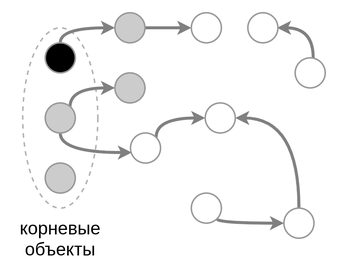
puzpuzpuz/talks keeps this draw.io diagram as 2021-ru-es6-collection-internals/slides/images/tricolor-marking-2.png. Above is the earlier version. Source tidied: cells renumbered, new cells last; positions are measured from the earlier drawing's top-left corner, leaving out a move shared by most shapes.
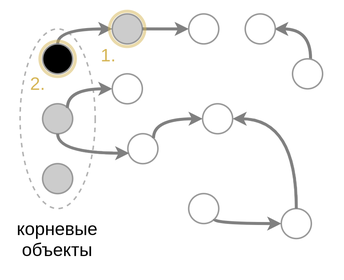
Later version of the same file.

Change to the diagram source:
```diff
@@ -2,103 +2,118 @@
   <root>
     <mxCell id="0" />
     <mxCell id="1" parent="0" />
-    <mxCell id="2" style="endArrow=classic;html=1;fontSize=6;exitX=0.5;exitY=0;exitDx=0;exitDy=0;fillColor=#d5e8d4;strokeColor=#808080;strokeWidth=2;edgeStyle=orthogonalEdgeStyle;curved=1;endSize=3;startSize=3;" parent="1" edge="1">
-      <mxGeometry relative="1" as="geometry">
-        <mxPoint x="199" y="30" as="sourcePoint" />
-        <mxPoint x="174.9" y="10" as="targetPoint" />
-        <Array as="points">
-          <mxPoint x="198.9" y="10" />
-          <mxPoint x="174.9" y="10" />
-        </Array>
-      </mxGeometry>
+    <mxCell id="2" style="group;" parent="1" vertex="1">
+      <mxGeometry y="168" width="207.2" height="161.8" as="geometry" />
     </mxCell>
-    <mxCell id="3" style="endArrow=classic;html=1;fontSize=6;exitX=1;exitY=0.5;exitDx=0;exitDy=0;fillColor=#d5e8d4;strokeColor=#808080;strokeWidth=2;entryX=0;entryY=0.5;entryDx=0;entryDy=0;edgeStyle=orthogonalEdgeStyle;curved=1;endSize=3;startSize=3;" parent="1" edge="1" source="14" target="16">
+    <mxCell id="3" style="endArrow=classic;html=1;fontSize=6;exitX=0.5;exitY=0;exitDx=0;exitDy=0;fillColor=#d5e8d4;strokeColor=#808080;strokeWidth=2;edgeStyle=orthogonalEdgeStyle;curved=1;endSize=3;startSize=3;" parent="2" edge="1">
       <mxGeometry relative="1" as="geometry">
+        <mxPoint x="199.2" y="31.8" as="sourcePoint" />
+        <mxPoint x="175.1" y="11.8" as="targetPoint" />
         <Array as="points">
-          <mxPoint x="97.9" y="10" />
-          <mxPoint x="97.9" y="10" />
+          <mxPoint x="199.1" y="11.8" />
+          <mxPoint x="175.1" y="11.8" />
         </Array>
       </mxGeometry>
     </mxCell>
-    <mxCell id="4" style="endArrow=classic;html=1;fontSize=6;fillColor=#d5e8d4;strokeColor=#808080;strokeWidth=2;entryX=0;entryY=0.5;entryDx=0;entryDy=0;edgeStyle=orthogonalEdgeStyle;curved=1;exitX=1;exitY=1;exitDx=0;exitDy=0;endSize=3;startSize=3;" parent="1" edge="1" source="22" target="21">
-      <mxGeometry relative="1" as="geometry">
-        <Array as="points">
-          <mxPoint x="134.9" y="140" />
-        </Array>
-      </mxGeometry>
+    <mxCell id="4" style="ellipse;whiteSpace=wrap;html=1;strokeColor=#000000;fillColor=none;fontColor=#66B2FF;opacity=30;align=right;dashed=1;" parent="2" vertex="1">
+      <mxGeometry x="5.9" y="11.8" width="50" height="120" as="geometry" />
     </mxCell>
-    <mxCell id="5" style="endArrow=classic;html=1;fontSize=6;fillColor=#d5e8d4;strokeColor=#808080;strokeWidth=2;entryX=1;entryY=0.5;entryDx=0;entryDy=0;edgeStyle=orthogonalEdgeStyle;curved=1;exitX=0.5;exitY=0;exitDx=0;exitDy=0;endSize=3;startSize=3;" parent="1" edge="1" source="21" target="17">
-      <mxGeometry relative="1" as="geometry">
-        <Array as="points">
-          <mxPoint x="189.9" y="70" />
-        </Array>
-      </mxGeometry>
+    <mxCell id="5" style="ellipse;whiteSpace=wrap;html=1;fillColor=#000000;strokeColor=#999999;" parent="2" vertex="1">
+      <mxGeometry x="20.9" y="21.8" width="20" height="20" as="geometry" />
     </mxCell>
-    <mxCell id="6" style="endArrow=classic;html=1;fontSize=6;fillColor=#d5e8d4;strokeColor=#808080;strokeWidth=2;entryX=0;entryY=0.5;entryDx=0;entryDy=0;edgeStyle=orthogonalEdgeStyle;curved=1;exitX=1;exitY=0;exitDx=0;exitDy=0;endSize=3;startSize=3;" parent="1" edge="1" source="18" target="17">
-      <mxGeometry relative="1" as="geometry">
-        <Array as="points">
-          <mxPoint x="94.9" y="70" />
-        </Array>
-      </mxGeometry>
+    <mxCell id="6" style="ellipse;whiteSpace=wrap;html=1;fillColor=#CCCCCC;strokeColor=#999999;" parent="2" vertex="1">
+      <mxGeometry x="20.9" y="61.8" width="20" height="20" as="geometry" />
     </mxCell>
-    <mxCell id="7" style="ellipse;whiteSpace=wrap;html=1;strokeColor=#000000;fillColor=none;fontColor=#66B2FF;opacity=30;align=right;dashed=1;" parent="1" vertex="1">
-      <mxGeometry x="5.6" y="10" width="50" height="120" as="geometry" />
+    <mxCell id="7" style="ellipse;whiteSpace=wrap;html=1;fillColor=#CCCCCC;strokeColor=#999999;" parent="2" vertex="1">
+      <mxGeometry x="20.9" y="101.8" width="20" height="20" as="geometry" />
     </mxCell>
-    <mxCell id="8" style="endArrow=classic;html=1;fontSize=6;fillColor=#d5e8d4;strokeColor=#808080;strokeWidth=2;entryX=0.045;entryY=0.65;entryDx=0;entryDy=0;edgeStyle=orthogonalEdgeStyle;curved=1;entryPerimeter=0;exitX=0.5;exitY=1;exitDx=0;exitDy=0;endSize=3;startSize=3;" parent="1" edge="1" source="12" target="18">
-      <mxGeometry relative="1" as="geometry">
-        <Array as="points">
-          <mxPoint x="30.9" y="93" />
-        </Array>
-      </mxGeometry>
+    <mxCell id="8" style="ellipse;whiteSpace=wrap;html=1;fillColor=#CCCCCC;strokeColor=#999999;" parent="2" vertex="1">
+      <mxGeometry x="67.2" y="1.8" width="20" height="20" as="geometry" />
     </mxCell>
-    <mxCell id="9" style="endArrow=classic;html=1;fontSize=6;fillColor=#d5e8d4;strokeColor=#808080;strokeWidth=2;entryX=0;entryY=0.5;entryDx=0;entryDy=0;edgeStyle=orthogonalEdgeStyle;exitX=0.824;exitY=0.139;exitDx=0;exitDy=0;curved=1;exitPerimeter=0;endSize=3;startSize=3;" parent="1" edge="1" source="12" target="15">
-      <mxGeometry relative="1" as="geometry">
-        <Array as="points">
-          <mxPoint x="36.9" y="50" />
-        </Array>
-      </mxGeometry>
+    <mxCell id="9" style="endArrow=classic;html=1;fontSize=6;exitX=0.5;exitY=0;exitDx=0;exitDy=0;fillColor=#d5e8d4;strokeColor=#808080;strokeWidth=2;entryX=0;entryY=0.5;entryDx=0;entryDy=0;edgeStyle=orthogonalEdgeStyle;curved=1;endSize=3;startSize=3;" parent="2" edge="1" source="5" target="8">
+      <mxGeometry relative="1" as="geometry" />
     </mxCell>
-    <mxCell id="10" style="endArrow=classic;html=1;fontSize=6;exitX=0.5;exitY=0;exitDx=0;exitDy=0;fillColor=#d5e8d4;strokeColor=#808080;strokeWidth=2;entryX=0;entryY=0.5;entryDx=0;entryDy=0;edgeStyle=orthogonalEdgeStyle;curved=1;endSize=3;startSize=3;" parent="1" edge="1" source="11" target="14">
-      <mxGeometry relative="1" as="geometry" />
+    <mxCell id="10" style="ellipse;whiteSpace=wrap;html=1;strokeColor=#999999;fillColor=#FFFFFF;" parent="2" vertex="1">
+      <mxGeometry x="67.2" y="41.8" width="20" height="20" as="geometry" />
     </mxCell>
-    <mxCell id="11" style="ellipse;whiteSpace=wrap;html=1;fillColor=#000000;strokeColor=#999999;" parent="1" vertex="1">
-      <mxGeometry x="20.6" y="20" width="20" height="20" as="geometry" />
+    <mxCell id="11" style="endArrow=classic;html=1;fontSize=6;fillColor=#d5e8d4;strokeColor=#808080;strokeWidth=2;entryX=0;entryY=0.5;entryDx=0;entryDy=0;edgeStyle=orthogonalEdgeStyle;exitX=0.824;exitY=0.139;exitDx=0;exitDy=0;curved=1;exitPerimeter=0;endSize=3;startSize=3;" parent="2" edge="1" source="6" target="10">
+      <mxGeometry relative="1" as="geometry">
+        <Array as="points">
+          <mxPoint x="37.1" y="51.8" />
+        </Array>
+      </mxGeometry>
     </mxCell>
-    <mxCell id="12" style="ellipse;whiteSpace=wrap;html=1;fillColor=#CCCCCC;strokeColor=#999999;" parent="1" vertex="1">
-      <mxGeometry x="20.6" y="60" width="20" height="20" as="geometry" />
+    <mxCell id="12" style="ellipse;whiteSpace=wrap;html=1;strokeColor=#999999;" parent="2" vertex="1">
+      <mxGeometry x="118.1" y="1.8" width="20" height="20" as="geometry" />
     </mxCell>
-    <mxCell id="13" style="ellipse;whiteSpace=wrap;html=1;fillColor=#CCCCCC;strokeColor=#999999;" parent="1" vertex="1">
-      <mxGeometry x="20.6" y="100" width="20" height="20" as="geometry" />
+    <mxCell id="13" style="endArrow=classic;html=1;fontSize=6;exitX=1;exitY=0.5;exitDx=0;exitDy=0;fillColor=#d5e8d4;strokeColor=#808080;strokeWidth=2;entryX=0;entryY=0.5;entryDx=0;entryDy=0;edgeStyle=orthogonalEdgeStyle;curved=1;endSize=3;startSize=3;" parent="2" edge="1" source="8" target="12">
+      <mxGeometry relative="1" as="geometry">
+        <Array as="points">
+          <mxPoint x="98.1" y="11.8" />
+          <mxPoint x="98.1" y="11.8" />
+        </Array>
+      </mxGeometry>
     </mxCell>
-    <mxCell id="14" style="ellipse;whiteSpace=wrap;html=1;fillColor=#CCCCCC;strokeColor=#999999;" parent="1" vertex="1">
-      <mxGeometry x="67" width="20" height="20" as="geometry" />
+    <mxCell id="14" style="ellipse;whiteSpace=wrap;html=1;strokeColor=#999999;" parent="2" vertex="1">
+      <mxGeometry x="127.4" y="61.8" width="20" height="20" as="geometry" />
     </mxCell>
-    <mxCell id="15" style="ellipse;whiteSpace=wrap;html=1;fillColor=#CCCCCC;strokeColor=#999999;" parent="1" vertex="1">
-      <mxGeometry x="67" y="40" width="20" height="20" as="geometry" />
+    <mxCell id="15" style="ellipse;whiteSpace=wrap;html=1;strokeColor=#999999;" parent="2" vertex="1">
+      <mxGeometry x="77.6" y="81.8" width="20" height="20" as="geometry" />
     </mxCell>
-    <mxCell id="16" style="ellipse;whiteSpace=wrap;html=1;strokeColor=#999999;" parent="1" vertex="1">
-      <mxGeometry x="117.9" width="20" height="20" as="geometry" />
+    <mxCell id="16" style="endArrow=classic;html=1;fontSize=6;fillColor=#d5e8d4;strokeColor=#808080;strokeWidth=2;entryX=0.045;entryY=0.65;entryDx=0;entryDy=0;edgeStyle=orthogonalEdgeStyle;curved=1;entryPerimeter=0;exitX=0.5;exitY=1;exitDx=0;exitDy=0;endSize=3;startSize=3;" parent="2" edge="1" source="6" target="15">
+      <mxGeometry relative="1" as="geometry">
+        <Array as="points">
+          <mxPoint x="31.1" y="94.8" />
+        </Array>
+      </mxGeometry>
     </mxCell>
-    <mxCell id="17" style="ellipse;whiteSpace=wrap;html=1;strokeColor=#999999;" parent="1" vertex="1">
-      <mxGeometry x="127.1" y="60" width="20" height="20" as="geometry" />
+    <mxCell id="17" style="endArrow=classic;html=1;fontSize=6;fillColor=#d5e8d4;strokeColor=#808080;strokeWidth=2;entryX=0;entryY=0.5;entryDx=0;entryDy=0;edgeStyle=orthogonalEdgeStyle;curved=1;exitX=1;exitY=0;exitDx=0;exitDy=0;endSize=3;startSize=3;" parent="2" edge="1" source="15" target="14">
+      <mxGeometry relative="1" as="geometry">
+        <Array as="points">
+          <mxPoint x="95.1" y="71.8" />
+        </Array>
+      </mxGeometry>
     </mxCell>
-    <mxCell id="18" style="ellipse;whiteSpace=wrap;html=1;strokeColor=#999999;" parent="1" vertex="1">
-      <mxGeometry x="77.4" y="80" width="20" height="20" as="geometry" />
+    <mxCell id="18" style="ellipse;whiteSpace=wrap;html=1;strokeColor=#999999;" parent="2" vertex="1">
+      <mxGeometry x="155.8" y="1.8" width="20" height="20" as="geometry" />
     </mxCell>
-    <mxCell id="19" style="ellipse;whiteSpace=wrap;html=1;strokeColor=#999999;" parent="1" vertex="1">
-      <mxGeometry x="155.5" width="20" height="20" as="geometry" />
+    <mxCell id="19" style="ellipse;whiteSpace=wrap;html=1;strokeColor=#999999;" parent="2" vertex="1">
+      <mxGeometry x="187.2" y="31.8" width="20" height="20" as="geometry" />
     </mxCell>
-    <mxCell id="20" style="ellipse;whiteSpace=wrap;html=1;strokeColor=#999999;" parent="1" vertex="1">
-      <mxGeometry x="187" y="30" width="20" height="20" as="geometry" />
+    <mxCell id="20" style="ellipse;whiteSpace=wrap;html=1;strokeColor=#999999;" parent="2" vertex="1">
+      <mxGeometry x="179.8" y="131.8" width="20" height="20" as="geometry" />
     </mxCell>
-    <mxCell id="21" style="ellipse;whiteSpace=wrap;html=1;strokeColor=#999999;" parent="1" vertex="1">
-      <mxGeometry x="179.5" y="130" width="20" height="20" as="geometry" />
+    <mxCell id="21" style="endArrow=classic;html=1;fontSize=6;fillColor=#d5e8d4;strokeColor=#808080;strokeWidth=2;entryX=1;entryY=0.5;entryDx=0;entryDy=0;edgeStyle=orthogonalEdgeStyle;curved=1;exitX=0.5;exitY=0;exitDx=0;exitDy=0;endSize=3;startSize=3;" parent="2" edge="1" source="20" target="14">
+      <mxGeometry relative="1" as="geometry">
+        <Array as="points">
+          <mxPoint x="190.1" y="71.8" />
+        </Array>
+      </mxGeometry>
     </mxCell>
-    <mxCell id="22" style="ellipse;whiteSpace=wrap;html=1;strokeColor=#999999;" parent="1" vertex="1">
-      <mxGeometry x="117.9" y="120" width="20" height="20" as="geometry" />
+    <mxCell id="22" style="ellipse;whiteSpace=wrap;html=1;strokeColor=#999999;" parent="2" vertex="1">
+      <mxGeometry x="118.1" y="121.8" width="20" height="20" as="geometry" />
     </mxCell>
-    <mxCell id="23" value="корневые объекты" style="text;html=1;strokeColor=none;fillColor=none;align=center;verticalAlign=middle;whiteSpace=wrap;rounded=0;rotation=0;" parent="1" vertex="1">
-      <mxGeometry x="-0.2" y="140" width="61.8" height="20" as="geometry" />
+    <mxCell id="23" style="endArrow=classic;html=1;fontSize=6;fillColor=#d5e8d4;strokeColor=#808080;strokeWidth=2;entryX=0;entryY=0.5;entryDx=0;entryDy=0;edgeStyle=orthogonalEdgeStyle;curved=1;exitX=1;exitY=1;exitDx=0;exitDy=0;endSize=3;startSize=3;" parent="2" edge="1" source="22" target="20">
+      <mxGeometry relative="1" as="geometry">
+        <Array as="points">
+          <mxPoint x="135.1" y="141.8" />
+        </Array>
+      </mxGeometry>
     </mxCell>
+    <mxCell id="24" value="корневые объекты" style="text;html=1;strokeColor=none;fillColor=none;align=center;verticalAlign=middle;whiteSpace=wrap;rounded=0;rotation=0;" parent="2" vertex="1">
+      <mxGeometry y="141.8" width="61.8" height="20" as="geometry" />
+    </mxCell>
+    <mxCell id="25" style="ellipse;whiteSpace=wrap;html=1;align=center;strokeColor=#d6b656;fillColor=none;opacity=50;strokeWidth=2;" parent="2" vertex="1">
+      <mxGeometry x="19.1" y="20" width="23.6" height="23.6" as="geometry" />
+    </mxCell>
+    <mxCell id="26" style="ellipse;whiteSpace=wrap;html=1;align=center;fillColor=none;opacity=50;strokeWidth=2;strokeColor=#D6B656;" parent="2" vertex="1">
+      <mxGeometry x="65.4" width="23.6" height="23.6" as="geometry" />
+    </mxCell>
+    <mxCell id="27" value="1." style="text;html=1;strokeColor=none;fillColor=none;align=center;verticalAlign=middle;whiteSpace=wrap;rounded=0;opacity=50;fontColor=#D6B656;" parent="2" vertex="1">
+      <mxGeometry x="56.9" y="20" width="15.5" height="18.2" as="geometry" />
+    </mxCell>
+    <mxCell id="28" value="2." style="text;html=1;strokeColor=none;fillColor=none;align=center;verticalAlign=middle;whiteSpace=wrap;rounded=0;opacity=50;fontColor=#D6B656;" parent="2" vertex="1">
+      <mxGeometry x="10.5" y="39.2" width="15.5" height="18.2" as="geometry" />
+    </mxCell>
   </root>
 </mxGraphModel>
```
